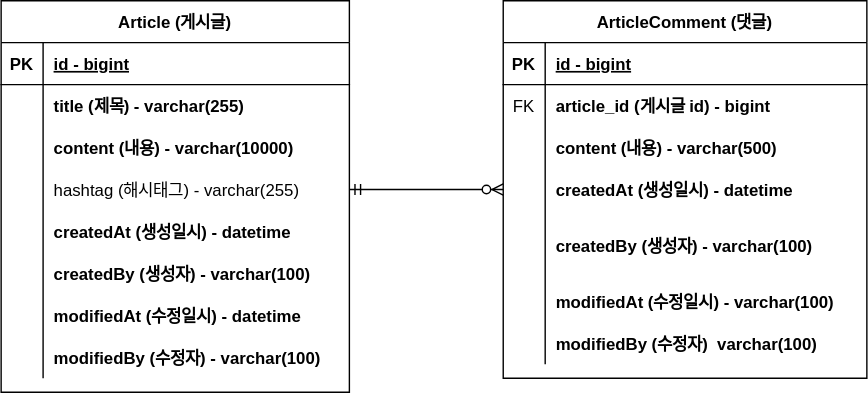
Above: document/project-board-erd.svg in WindowH22/board (draw.io), before the change. Source tidied: cells renumbered, new cells last; positions are measured from the earlier drawing's top-left corner, leaving out a move shared by most shapes.
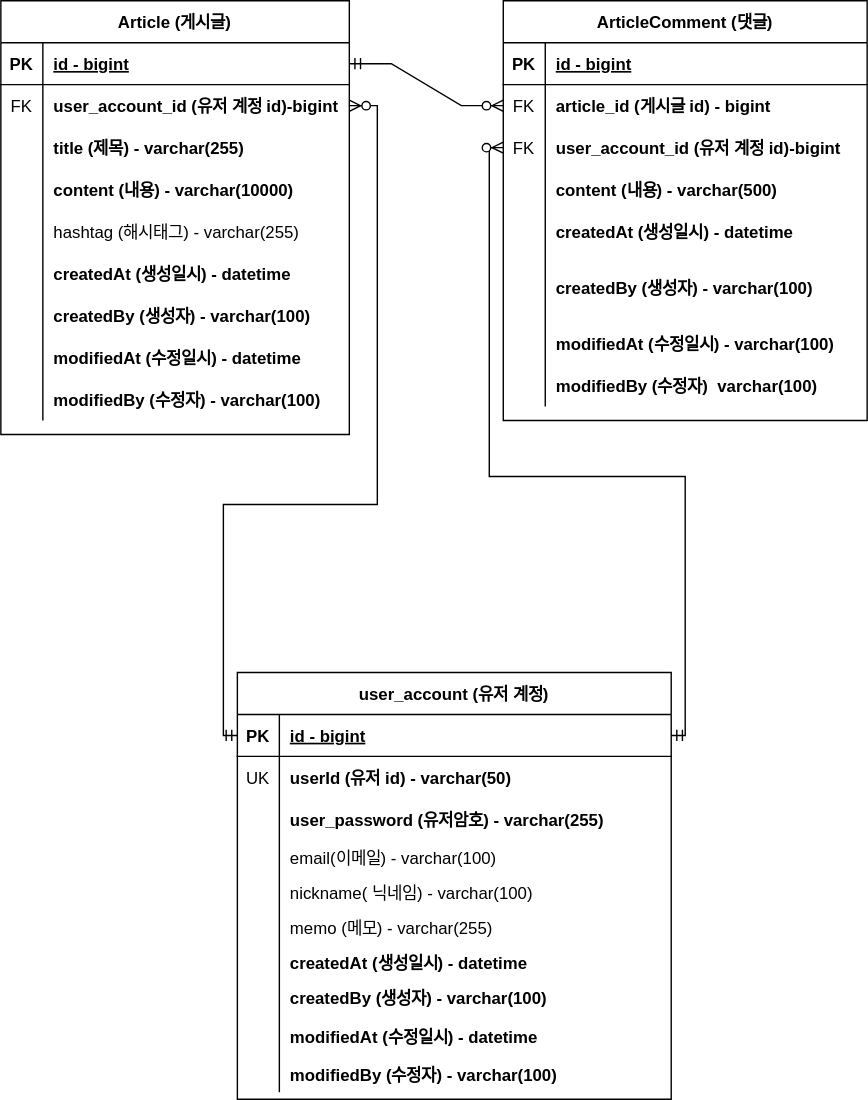
After the commit.

Commit message:
#19 - 회원계정 erd 추가

Diff of the diagram source:
```diff
@@ -3,7 +3,7 @@
     <mxCell id="0" />
     <mxCell id="1" parent="0" />
     <mxCell id="2" value="Article (게시글)" style="shape=table;startSize=30;rowLines=0;fontStyle=1;align=center;" parent="1" vertex="1">
-      <mxGeometry width="249" height="280" as="geometry" />
+      <mxGeometry width="249" height="310" as="geometry" />
     </mxCell>
     <mxCell id="3" style="shape=partialRectangle;fillColor=none;points=[[0,0.5],[1,0.5]];portConstraint=eastwest;top=0;left=0;right=0;bottom=1;" parent="2" vertex="1">
       <mxGeometry y="30" width="249" height="30" as="geometry" />
@@ -17,14 +17,23 @@
     <mxCell id="6" style="shape=partialRectangle;fillColor=none;points=[[0,0.5],[1,0.5]];portConstraint=eastwest;top=0;left=0;right=0;bottom=0;" parent="2" vertex="1">
       <mxGeometry y="60" width="249" height="30" as="geometry" />
     </mxCell>
-    <mxCell id="7" style="shape=partialRectangle;overflow=hidden;fillColor=none;top=0;left=0;bottom=0;right=0;" parent="6" vertex="1">
+    <mxCell id="7" value="FK" style="shape=partialRectangle;overflow=hidden;fillColor=none;top=0;left=0;bottom=0;right=0;" parent="6" vertex="1">
       <mxGeometry width="30" height="30" as="geometry" />
     </mxCell>
-    <mxCell id="8" value="title (제목) - varchar(255)" style="shape=partialRectangle;overflow=hidden;fillColor=none;top=0;left=0;bottom=0;right=0;align=left;spacingLeft=6;fontStyle=1;" parent="6" vertex="1">
+    <mxCell id="8" value="user_account_id (유저 계정 id)-bigint" style="shape=partialRectangle;overflow=hidden;fillColor=none;top=0;left=0;bottom=0;right=0;align=left;spacingLeft=6;fontStyle=1;" parent="6" vertex="1">
       <mxGeometry x="30" width="219" height="30" as="geometry" />
     </mxCell>
+    <mxCell id="50" style="shape=partialRectangle;fillColor=none;top=0;left=0;right=0;bottom=0;" parent="2" vertex="1">
+      <mxGeometry y="90" width="249" height="30" as="geometry" />
+    </mxCell>
+    <mxCell id="51" style="shape=partialRectangle;overflow=hidden;fillColor=none;top=0;left=0;bottom=0;right=0;" parent="50" vertex="1">
+      <mxGeometry width="30" height="30" as="geometry" />
+    </mxCell>
+    <mxCell id="52" value="title (제목) - varchar(255)" style="shape=partialRectangle;overflow=hidden;fillColor=none;top=0;left=0;bottom=0;right=0;align=left;spacingLeft=6;fontStyle=1;" parent="50" vertex="1">
+      <mxGeometry x="30" width="219" height="30" as="geometry" />
+    </mxCell>
     <mxCell id="9" style="shape=partialRectangle;fillColor=none;top=0;left=0;right=0;bottom=0;" parent="2" vertex="1">
-      <mxGeometry y="90" width="249" height="30" as="geometry" />
+      <mxGeometry y="120" width="249" height="30" as="geometry" />
     </mxCell>
     <mxCell id="10" style="shape=partialRectangle;overflow=hidden;fillColor=none;top=0;left=0;bottom=0;right=0;" parent="9" vertex="1">
       <mxGeometry width="30" height="30" as="geometry" />
@@ -33,7 +42,7 @@
       <mxGeometry x="30" width="219" height="30" as="geometry" />
     </mxCell>
     <mxCell id="12" style="shape=partialRectangle;fillColor=none;points=[[0,0.5],[1,0.5]];portConstraint=eastwest;top=0;left=0;right=0;bottom=0;" parent="2" vertex="1">
-      <mxGeometry y="120" width="249" height="30" as="geometry" />
+      <mxGeometry y="150" width="249" height="30" as="geometry" />
     </mxCell>
     <mxCell id="13" style="shape=partialRectangle;overflow=hidden;fillColor=none;top=0;left=0;bottom=0;right=0;" parent="12" vertex="1">
       <mxGeometry width="30" height="30" as="geometry" />
@@ -42,7 +51,7 @@
       <mxGeometry x="30" width="219" height="30" as="geometry" />
     </mxCell>
     <mxCell id="15" style="shape=partialRectangle;fillColor=none;top=0;left=0;right=0;bottom=0;" parent="2" vertex="1">
-      <mxGeometry y="150" width="249" height="30" as="geometry" />
+      <mxGeometry y="180" width="249" height="30" as="geometry" />
     </mxCell>
     <mxCell id="16" style="shape=partialRectangle;overflow=hidden;fillColor=none;top=0;left=0;bottom=0;right=0;" parent="15" vertex="1">
       <mxGeometry width="30" height="30" as="geometry" />
@@ -51,7 +60,7 @@
       <mxGeometry x="30" width="219" height="30" as="geometry" />
     </mxCell>
     <mxCell id="18" style="shape=partialRectangle;fillColor=none;top=0;left=0;right=0;bottom=0;" parent="2" vertex="1">
-      <mxGeometry y="180" width="249" height="30" as="geometry" />
+      <mxGeometry y="210" width="249" height="30" as="geometry" />
     </mxCell>
     <mxCell id="19" style="shape=partialRectangle;overflow=hidden;fillColor=none;top=0;left=0;bottom=0;right=0;" parent="18" vertex="1">
       <mxGeometry width="30" height="30" as="geometry" />
@@ -60,7 +69,7 @@
       <mxGeometry x="30" width="219" height="30" as="geometry" />
     </mxCell>
     <mxCell id="21" style="shape=partialRectangle;fillColor=none;top=0;left=0;right=0;bottom=0;" parent="2" vertex="1">
-      <mxGeometry y="210" width="249" height="30" as="geometry" />
+      <mxGeometry y="240" width="249" height="30" as="geometry" />
     </mxCell>
     <mxCell id="22" style="shape=partialRectangle;overflow=hidden;fillColor=none;top=0;left=0;bottom=0;right=0;" parent="21" vertex="1">
       <mxGeometry width="30" height="30" as="geometry" />
@@ -69,7 +78,7 @@
       <mxGeometry x="30" width="219" height="30" as="geometry" />
     </mxCell>
     <mxCell id="24" style="shape=partialRectangle;fillColor=none;top=0;left=0;right=0;bottom=0;" parent="2" vertex="1">
-      <mxGeometry y="240" width="249" height="30" as="geometry" />
+      <mxGeometry y="270" width="249" height="30" as="geometry" />
     </mxCell>
     <mxCell id="25" style="shape=partialRectangle;overflow=hidden;fillColor=none;top=0;left=0;bottom=0;right=0;" parent="24" vertex="1">
       <mxGeometry width="30" height="30" as="geometry" />
@@ -78,7 +87,7 @@
       <mxGeometry x="30" width="219" height="30" as="geometry" />
     </mxCell>
     <mxCell id="27" value="ArticleComment (댓글)" style="shape=table;startSize=30;rowLines=0;fontStyle=1;align=center;" parent="1" vertex="1">
-      <mxGeometry x="359" width="260" height="270" as="geometry" />
+      <mxGeometry x="359" width="260" height="300" as="geometry" />
     </mxCell>
     <mxCell id="28" style="shape=partialRectangle;fillColor=none;top=0;left=0;right=0;bottom=1;" parent="27" vertex="1">
       <mxGeometry y="30" width="260" height="30" as="geometry" />
@@ -89,17 +98,26 @@
     <mxCell id="30" value="id - bigint" style="shape=partialRectangle;overflow=hidden;fillColor=none;top=0;left=0;bottom=0;right=0;align=left;spacingLeft=6;fontStyle=5;" parent="28" vertex="1">
       <mxGeometry x="30" width="230" height="30" as="geometry" />
     </mxCell>
+    <mxCell id="53" style="shape=partialRectangle;fillColor=none;points=[[0,0.5],[1,0.5]];portConstraint=eastwest;top=0;left=0;right=0;bottom=0;" parent="27" vertex="1">
+      <mxGeometry y="60" width="260" height="30" as="geometry" />
+    </mxCell>
+    <mxCell id="54" value="FK" style="shape=partialRectangle;overflow=hidden;fillColor=none;top=0;left=0;bottom=0;right=0;" parent="53" vertex="1">
+      <mxGeometry width="30" height="30" as="geometry" />
+    </mxCell>
+    <mxCell id="55" value="article_id (게시글 id) - bigint" style="shape=partialRectangle;overflow=hidden;fillColor=none;top=0;left=0;bottom=0;right=0;align=left;spacingLeft=6;fontStyle=1;" parent="53" vertex="1">
+      <mxGeometry x="30" width="230" height="30" as="geometry" />
+    </mxCell>
     <mxCell id="31" style="shape=partialRectangle;fillColor=none;points=[[0,0.5],[1,0.5]];portConstraint=eastwest;top=0;left=0;right=0;bottom=0;" parent="27" vertex="1">
-      <mxGeometry y="60" width="260" height="30" as="geometry" />
+      <mxGeometry y="90" width="260" height="30" as="geometry" />
     </mxCell>
     <mxCell id="32" value="FK" style="shape=partialRectangle;overflow=hidden;fillColor=none;top=0;left=0;bottom=0;right=0;" parent="31" vertex="1">
       <mxGeometry width="30" height="30" as="geometry" />
     </mxCell>
-    <mxCell id="33" value="article_id (게시글 id) - bigint" style="shape=partialRectangle;overflow=hidden;fillColor=none;top=0;left=0;bottom=0;right=0;align=left;spacingLeft=6;fontStyle=1;" parent="31" vertex="1">
+    <mxCell id="33" value="user_account_id (유저 계정 id)-bigint" style="shape=partialRectangle;overflow=hidden;fillColor=none;top=0;left=0;bottom=0;right=0;align=left;spacingLeft=6;fontStyle=1;" parent="31" vertex="1">
       <mxGeometry x="30" width="230" height="30" as="geometry" />
     </mxCell>
     <mxCell id="34" style="shape=partialRectangle;fillColor=none;top=0;left=0;right=0;bottom=0;" parent="27" vertex="1">
-      <mxGeometry y="90" width="260" height="30" as="geometry" />
+      <mxGeometry y="120" width="260" height="30" as="geometry" />
     </mxCell>
     <mxCell id="35" style="shape=partialRectangle;overflow=hidden;fillColor=none;top=0;left=0;bottom=0;right=0;" parent="34" vertex="1">
       <mxGeometry width="30" height="30" as="geometry" />
@@ -108,7 +126,7 @@
       <mxGeometry x="30" width="230" height="30" as="geometry" />
     </mxCell>
     <mxCell id="37" style="shape=partialRectangle;fillColor=none;points=[[0,0.5],[1,0.5]];portConstraint=eastwest;top=0;left=0;right=0;bottom=0;" parent="27" vertex="1">
-      <mxGeometry y="120" width="260" height="30" as="geometry" />
+      <mxGeometry y="150" width="260" height="30" as="geometry" />
     </mxCell>
     <mxCell id="38" style="shape=partialRectangle;overflow=hidden;fillColor=none;top=0;left=0;bottom=0;right=0;" parent="37" vertex="1">
       <mxGeometry width="30" height="30" as="geometry" />
@@ -117,7 +135,7 @@
       <mxGeometry x="30" width="230" height="30" as="geometry" />
     </mxCell>
     <mxCell id="40" style="shape=partialRectangle;fillColor=none;top=0;left=0;right=0;bottom=0;" parent="27" vertex="1">
-      <mxGeometry y="150" width="260" height="50" as="geometry" />
+      <mxGeometry y="180" width="260" height="50" as="geometry" />
     </mxCell>
     <mxCell id="41" style="shape=partialRectangle;overflow=hidden;fillColor=none;top=0;left=0;bottom=0;right=0;" parent="40" vertex="1">
       <mxGeometry width="30" height="50" as="geometry" />
@@ -126,7 +144,7 @@
       <mxGeometry x="30" width="230" height="50" as="geometry" />
     </mxCell>
     <mxCell id="43" style="shape=partialRectangle;fillColor=none;top=0;left=0;right=0;bottom=0;" parent="27" vertex="1">
-      <mxGeometry y="200" width="260" height="30" as="geometry" />
+      <mxGeometry y="230" width="260" height="30" as="geometry" />
     </mxCell>
     <mxCell id="44" style="shape=partialRectangle;overflow=hidden;fillColor=none;top=0;left=0;bottom=0;right=0;" parent="43" vertex="1">
       <mxGeometry width="30" height="30" as="geometry" />
@@ -135,7 +153,7 @@
       <mxGeometry x="30" width="230" height="30" as="geometry" />
     </mxCell>
     <mxCell id="46" style="shape=partialRectangle;fillColor=none;top=0;left=0;right=0;bottom=0;" parent="27" vertex="1">
-      <mxGeometry y="230" width="260" height="30" as="geometry" />
+      <mxGeometry y="260" width="260" height="30" as="geometry" />
     </mxCell>
     <mxCell id="47" style="shape=partialRectangle;overflow=hidden;fillColor=none;top=0;left=0;bottom=0;right=0;" parent="46" vertex="1">
       <mxGeometry width="30" height="30" as="geometry" />
@@ -143,8 +161,121 @@
     <mxCell id="48" value="modifiedBy (수정자)  varchar(100)" style="shape=partialRectangle;overflow=hidden;fillColor=none;top=0;left=0;bottom=0;right=0;align=left;spacingLeft=6;fontStyle=1;" parent="46" vertex="1">
       <mxGeometry x="30" width="230" height="30" as="geometry" />
     </mxCell>
-    <mxCell id="49" style="edgeStyle=entityRelationEdgeStyle;fontSize=12;html=1;endArrow=ERzeroToMany;startArrow=ERmandOne;rounded=0;exitX=1;exitY=0.5;exitDx=0;exitDy=0;entryX=0;entryY=0.5;entryDx=0;entryDy=0;" parent="1" edge="1" source="12" target="37">
-      <mxGeometry relative="1" as="geometry" />
+    <mxCell id="49" style="edgeStyle=entityRelationEdgeStyle;fontSize=12;html=1;endArrow=ERzeroToMany;startArrow=ERmandOne;rounded=0;exitX=1;exitY=0.5;exitDx=0;exitDy=0;entryX=0;entryY=0.5;entryDx=0;entryDy=0;" parent="1" edge="1" source="3" target="53">
+      <mxGeometry x="0.09" y="15" relative="1" as="geometry" />
     </mxCell>
+    <mxCell id="56" value="user_account (유저 계정)" style="shape=table;startSize=30;rowLines=0;fontStyle=1;align=center;" parent="1" vertex="1">
+      <mxGeometry x="169" y="480" width="310" height="305" as="geometry" />
+    </mxCell>
+    <mxCell id="57" style="shape=tableRow;horizontal=0;startSize=0;swimlaneHead=0;swimlaneBody=0;fillColor=none;points=[[0,0.5],[1,0.5]];portConstraint=eastwest;top=0;left=0;right=0;bottom=1;" parent="56" vertex="1">
+      <mxGeometry y="30" width="310" height="30" as="geometry" />
+    </mxCell>
+    <mxCell id="58" value="PK" style="shape=partialRectangle;fillColor=none;top=0;left=0;bottom=0;right=0;fontStyle=1;overflow=hidden;" parent="57" vertex="1">
+      <mxGeometry width="30" height="30" as="geometry" />
+    </mxCell>
+    <mxCell id="59" value="id - bigint" style="shape=partialRectangle;fillColor=none;top=0;left=0;bottom=0;right=0;align=left;spacingLeft=6;fontStyle=5;overflow=hidden;" parent="57" vertex="1">
+      <mxGeometry x="30" width="280" height="30" as="geometry" />
+    </mxCell>
+    <mxCell id="60" style="shape=tableRow;horizontal=0;startSize=0;swimlaneHead=0;swimlaneBody=0;fillColor=none;top=0;left=0;right=0;bottom=0;" parent="56" vertex="1">
+      <mxGeometry y="60" width="310" height="30" as="geometry" />
+    </mxCell>
+    <mxCell id="61" value="UK" style="shape=partialRectangle;fillColor=none;top=0;left=0;bottom=0;right=0;overflow=hidden;" parent="60" vertex="1">
+      <mxGeometry width="30" height="30" as="geometry" />
+    </mxCell>
+    <mxCell id="62" value="userId (유저 id) - varchar(50)" style="shape=partialRectangle;fillColor=none;top=0;left=0;bottom=0;right=0;align=left;spacingLeft=6;overflow=hidden;fontStyle=1;" parent="60" vertex="1">
+      <mxGeometry x="30" width="280" height="30" as="geometry" />
+    </mxCell>
+    <mxCell id="63" style="shape=tableRow;horizontal=0;startSize=0;swimlaneHead=0;swimlaneBody=0;fillColor=none;top=0;left=0;right=0;bottom=0;" parent="56" vertex="1">
+      <mxGeometry y="90" width="310" height="30" as="geometry" />
+    </mxCell>
+    <mxCell id="64" style="shape=partialRectangle;fillColor=none;top=0;left=0;bottom=0;right=0;overflow=hidden;" parent="63" vertex="1">
+      <mxGeometry width="30" height="30" as="geometry" />
+    </mxCell>
+    <mxCell id="65" value="user_password (유저암호) - varchar(255)" style="shape=partialRectangle;fillColor=none;top=0;left=0;bottom=0;right=0;align=left;spacingLeft=6;overflow=hidden;fontStyle=1;" parent="63" vertex="1">
+      <mxGeometry x="30" width="280" height="30" as="geometry" />
+    </mxCell>
+    <mxCell id="66" style="shape=tableRow;horizontal=0;startSize=0;swimlaneHead=0;swimlaneBody=0;fillColor=none;top=0;left=0;right=0;bottom=0;" parent="56" vertex="1">
+      <mxGeometry y="120" width="310" height="25" as="geometry" />
+    </mxCell>
+    <mxCell id="67" style="shape=partialRectangle;fillColor=none;top=0;left=0;bottom=0;right=0;overflow=hidden;" parent="66" vertex="1">
+      <mxGeometry width="30" height="25" as="geometry" />
+    </mxCell>
+    <mxCell id="68" value="email(이메일) - varchar(100)" style="shape=partialRectangle;fillColor=none;top=0;left=0;bottom=0;right=0;align=left;spacingLeft=6;overflow=hidden;" parent="66" vertex="1">
+      <mxGeometry x="30" width="280" height="25" as="geometry" />
+    </mxCell>
+    <mxCell id="69" style="shape=tableRow;horizontal=0;startSize=0;swimlaneHead=0;swimlaneBody=0;fillColor=none;top=0;left=0;right=0;bottom=0;" parent="56" vertex="1">
+      <mxGeometry y="145" width="310" height="25" as="geometry" />
+    </mxCell>
+    <mxCell id="70" style="shape=partialRectangle;fillColor=none;top=0;left=0;bottom=0;right=0;overflow=hidden;" parent="69" vertex="1">
+      <mxGeometry width="30" height="25" as="geometry" />
+    </mxCell>
+    <mxCell id="71" value="nickname( 닉네임) - varchar(100)" style="shape=partialRectangle;fillColor=none;top=0;left=0;bottom=0;right=0;align=left;spacingLeft=6;overflow=hidden;" parent="69" vertex="1">
+      <mxGeometry x="30" width="280" height="25" as="geometry" />
+    </mxCell>
+    <mxCell id="72" style="shape=tableRow;horizontal=0;startSize=0;swimlaneHead=0;swimlaneBody=0;fillColor=none;top=0;left=0;right=0;bottom=0;" parent="56" vertex="1">
+      <mxGeometry y="170" width="310" height="25" as="geometry" />
+    </mxCell>
+    <mxCell id="73" style="shape=partialRectangle;fillColor=none;top=0;left=0;bottom=0;right=0;overflow=hidden;" parent="72" vertex="1">
+      <mxGeometry width="30" height="25" as="geometry" />
+    </mxCell>
+    <mxCell id="74" value="memo (메모) - varchar(255)" style="shape=partialRectangle;fillColor=none;top=0;left=0;bottom=0;right=0;align=left;spacingLeft=6;overflow=hidden;" parent="72" vertex="1">
+      <mxGeometry x="30" width="280" height="25" as="geometry" />
+    </mxCell>
+    <mxCell id="75" style="shape=tableRow;horizontal=0;startSize=0;swimlaneHead=0;swimlaneBody=0;fillColor=none;top=0;left=0;right=0;bottom=0;" parent="56" vertex="1">
+      <mxGeometry y="195" width="310" height="25" as="geometry" />
+    </mxCell>
+    <mxCell id="76" style="shape=partialRectangle;fillColor=none;top=0;left=0;bottom=0;right=0;overflow=hidden;" parent="75" vertex="1">
+      <mxGeometry width="30" height="25" as="geometry" />
+    </mxCell>
+    <mxCell id="77" value="createdAt (생성일시) - datetime" style="shape=partialRectangle;fillColor=none;top=0;left=0;bottom=0;right=0;align=left;spacingLeft=6;overflow=hidden;fontStyle=1;" parent="75" vertex="1">
+      <mxGeometry x="30" width="280" height="25" as="geometry" />
+    </mxCell>
+    <mxCell id="78" style="shape=tableRow;horizontal=0;startSize=0;swimlaneHead=0;swimlaneBody=0;fillColor=none;top=0;left=0;right=0;bottom=0;" parent="56" vertex="1">
+      <mxGeometry y="220" width="310" height="25" as="geometry" />
+    </mxCell>
+    <mxCell id="79" style="shape=partialRectangle;fillColor=none;top=0;left=0;bottom=0;right=0;overflow=hidden;" parent="78" vertex="1">
+      <mxGeometry width="30" height="25" as="geometry" />
+    </mxCell>
+    <mxCell id="80" value="createdBy (생성자) - varchar(100)" style="shape=partialRectangle;fillColor=none;top=0;left=0;bottom=0;right=0;align=left;spacingLeft=6;overflow=hidden;fontStyle=1;" parent="78" vertex="1">
+      <mxGeometry x="30" width="280" height="25" as="geometry" />
+    </mxCell>
+    <mxCell id="81" style="shape=tableRow;horizontal=0;startSize=0;swimlaneHead=0;swimlaneBody=0;fillColor=none;top=0;left=0;right=0;bottom=0;" parent="56" vertex="1">
+      <mxGeometry y="245" width="310" height="30" as="geometry" />
+    </mxCell>
+    <mxCell id="82" style="shape=partialRectangle;fillColor=none;top=0;left=0;bottom=0;right=0;overflow=hidden;" parent="81" vertex="1">
+      <mxGeometry width="30" height="30" as="geometry" />
+    </mxCell>
+    <mxCell id="83" value="modifiedAt (수정일시) - datetime" style="shape=partialRectangle;fillColor=none;top=0;left=0;bottom=0;right=0;align=left;spacingLeft=6;overflow=hidden;fontStyle=1;" parent="81" vertex="1">
+      <mxGeometry x="30" width="280" height="30" as="geometry" />
+    </mxCell>
+    <mxCell id="84" style="shape=tableRow;horizontal=0;startSize=0;swimlaneHead=0;swimlaneBody=0;fillColor=none;top=0;left=0;right=0;bottom=0;" parent="56" vertex="1">
+      <mxGeometry y="275" width="310" height="25" as="geometry" />
+    </mxCell>
+    <mxCell id="85" style="shape=partialRectangle;fillColor=none;top=0;left=0;bottom=0;right=0;overflow=hidden;" parent="84" vertex="1">
+      <mxGeometry width="30" height="25" as="geometry" />
+    </mxCell>
+    <mxCell id="86" value="modifiedBy (수정자) - varchar(100)" style="shape=partialRectangle;fillColor=none;top=0;left=0;bottom=0;right=0;align=left;spacingLeft=6;overflow=hidden;fontStyle=1;" parent="84" vertex="1">
+      <mxGeometry x="30" width="280" height="25" as="geometry" />
+    </mxCell>
+    <mxCell id="87" style="edgeStyle=orthogonalEdgeStyle;fontSize=12;html=1;endArrow=ERzeroToMany;startArrow=ERmandOne;rounded=0;entryX=0;entryY=0.5;entryDx=0;entryDy=0;exitX=1;exitY=0.5;exitDx=0;exitDy=0;" parent="1" edge="1" source="57" target="31">
+      <mxGeometry relative="1" as="geometry">
+        <Array as="points">
+          <mxPoint x="489" y="525" />
+          <mxPoint x="489" y="340" />
+          <mxPoint x="349" y="340" />
+          <mxPoint x="349" y="105" />
+        </Array>
+      </mxGeometry>
+    </mxCell>
+    <mxCell id="88" style="edgeStyle=orthogonalEdgeStyle;fontSize=12;html=1;endArrow=ERzeroToMany;startArrow=ERmandOne;rounded=0;exitX=0;exitY=0.5;exitDx=0;exitDy=0;entryX=1;entryY=0.5;entryDx=0;entryDy=0;" parent="1" edge="1" source="57" target="6">
+      <mxGeometry relative="1" as="geometry">
+        <Array as="points">
+          <mxPoint x="159" y="525" />
+          <mxPoint x="159" y="360" />
+          <mxPoint x="269" y="360" />
+          <mxPoint x="269" y="75" />
+        </Array>
+      </mxGeometry>
+    </mxCell>
   </root>
 </mxGraphModel>
```
